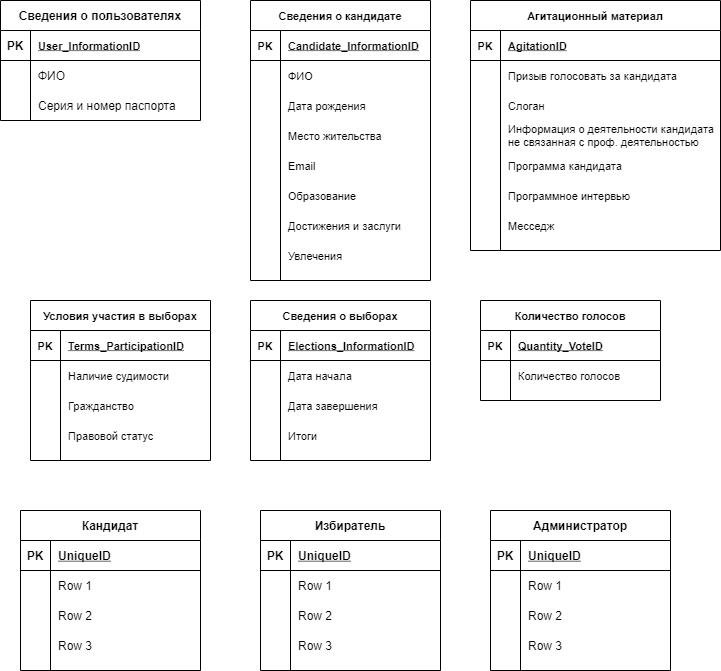
aleksey899/Inter.MixAN keeps this draw.io diagram as Диаграмма.drawio.png. Above is the earlier version. Source tidied: cells renumbered, new cells last; positions are measured from the earlier drawing's top-left corner, leaving out a move shared by most shapes.
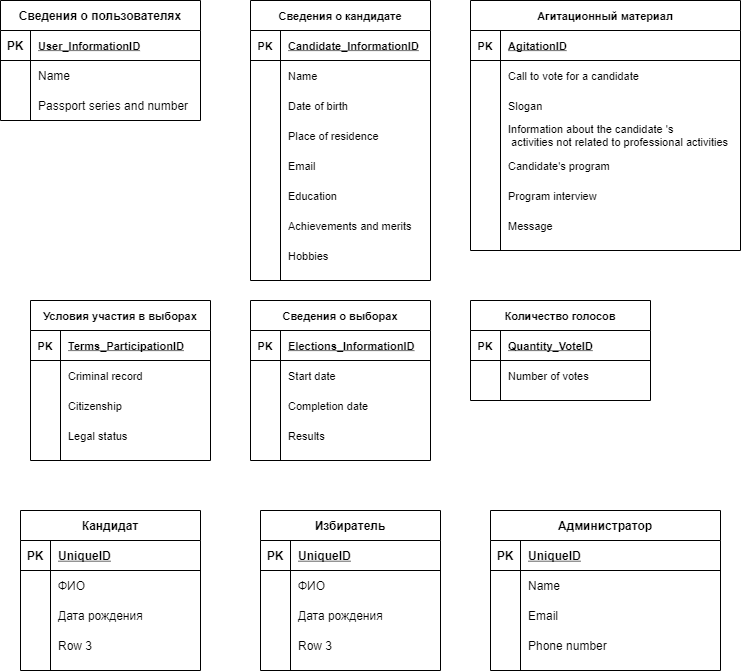
After the change.

What changed in the source:
```diff
@@ -22,3 +22,3 @@
     </mxCell>
-    <mxCell id="8" value="ФИО" style="shape=partialRectangle;fillColor=none;top=0;left=0;bottom=0;right=0;align=left;spacingLeft=6;overflow=hidden;" parent="6" vertex="1">
+    <mxCell id="8" value="Name" style="shape=partialRectangle;fillColor=none;top=0;left=0;bottom=0;right=0;align=left;spacingLeft=6;overflow=hidden;" parent="6" vertex="1">
       <mxGeometry x="30" width="170" height="30" as="geometry" />
@@ -31,3 +31,3 @@
     </mxCell>
-    <mxCell id="11" value="Серия и номер паспорта" style="shape=partialRectangle;fillColor=none;top=0;left=0;bottom=0;right=0;align=left;spacingLeft=6;overflow=hidden;" parent="9" vertex="1">
+    <mxCell id="11" value="Passport series and number" style="shape=partialRectangle;fillColor=none;top=0;left=0;bottom=0;right=0;align=left;spacingLeft=6;overflow=hidden;" parent="9" vertex="1">
       <mxGeometry x="30" width="170" height="30" as="geometry" />
@@ -52,3 +52,3 @@
     </mxCell>
-    <mxCell id="18" value="ФИО" style="shape=partialRectangle;fillColor=none;top=0;left=0;bottom=0;right=0;align=left;spacingLeft=6;overflow=hidden;shadow=0;sketch=0;fontSize=11;strokeWidth=1;" parent="16" vertex="1">
+    <mxCell id="18" value="Name" style="shape=partialRectangle;fillColor=none;top=0;left=0;bottom=0;right=0;align=left;spacingLeft=6;overflow=hidden;shadow=0;sketch=0;fontSize=11;strokeWidth=1;" parent="16" vertex="1">
       <mxGeometry x="30" width="150" height="30" as="geometry" />
@@ -61,3 +61,3 @@
     </mxCell>
-    <mxCell id="21" value="Дата рождения" style="shape=partialRectangle;fillColor=none;top=0;left=0;bottom=0;right=0;align=left;spacingLeft=6;overflow=hidden;shadow=0;sketch=0;fontSize=11;strokeWidth=1;" parent="19" vertex="1">
+    <mxCell id="21" value="Date of birth" style="shape=partialRectangle;fillColor=none;top=0;left=0;bottom=0;right=0;align=left;spacingLeft=6;overflow=hidden;shadow=0;sketch=0;fontSize=11;strokeWidth=1;" parent="19" vertex="1">
       <mxGeometry x="30" width="150" height="30" as="geometry" />
@@ -70,3 +70,3 @@
     </mxCell>
-    <mxCell id="24" value="Место жительства" style="shape=partialRectangle;fillColor=none;top=0;left=0;bottom=0;right=0;align=left;spacingLeft=6;overflow=hidden;shadow=0;sketch=0;fontSize=11;strokeWidth=1;" parent="22" vertex="1">
+    <mxCell id="24" value="Place of residence" style="shape=partialRectangle;fillColor=none;top=0;left=0;bottom=0;right=0;align=left;spacingLeft=6;overflow=hidden;shadow=0;sketch=0;fontSize=11;strokeWidth=1;" parent="22" vertex="1">
       <mxGeometry x="30" width="150" height="30" as="geometry" />
@@ -88,3 +88,3 @@
     </mxCell>
-    <mxCell id="30" value="Образование" style="shape=partialRectangle;fillColor=none;top=0;left=0;bottom=0;right=0;align=left;spacingLeft=6;overflow=hidden;shadow=0;sketch=0;fontSize=11;strokeWidth=1;" parent="28" vertex="1">
+    <mxCell id="30" value="Education" style="shape=partialRectangle;fillColor=none;top=0;left=0;bottom=0;right=0;align=left;spacingLeft=6;overflow=hidden;shadow=0;sketch=0;fontSize=11;strokeWidth=1;" parent="28" vertex="1">
       <mxGeometry x="30" width="150" height="30" as="geometry" />
@@ -97,3 +97,3 @@
     </mxCell>
-    <mxCell id="33" value="Достижения и заслуги" style="shape=partialRectangle;fillColor=none;top=0;left=0;bottom=0;right=0;align=left;spacingLeft=6;overflow=hidden;shadow=0;sketch=0;fontSize=11;strokeWidth=1;" parent="31" vertex="1">
+    <mxCell id="33" value="Achievements and merits" style="shape=partialRectangle;fillColor=none;top=0;left=0;bottom=0;right=0;align=left;spacingLeft=6;overflow=hidden;shadow=0;sketch=0;fontSize=11;strokeWidth=1;" parent="31" vertex="1">
       <mxGeometry x="30" width="150" height="30" as="geometry" />
@@ -106,3 +106,3 @@
     </mxCell>
-    <mxCell id="36" value="Увлечения" style="shape=partialRectangle;fillColor=none;top=0;left=0;bottom=0;right=0;align=left;spacingLeft=6;overflow=hidden;shadow=0;sketch=0;fontSize=11;strokeWidth=1;" parent="34" vertex="1">
+    <mxCell id="36" value="Hobbies" style="shape=partialRectangle;fillColor=none;top=0;left=0;bottom=0;right=0;align=left;spacingLeft=6;overflow=hidden;shadow=0;sketch=0;fontSize=11;strokeWidth=1;" parent="34" vertex="1">
       <mxGeometry x="30" width="150" height="30" as="geometry" />
@@ -127,3 +127,3 @@
     </mxCell>
-    <mxCell id="43" value="Наличие судимости" style="shape=partialRectangle;fillColor=none;top=0;left=0;bottom=0;right=0;align=left;spacingLeft=6;overflow=hidden;shadow=0;sketch=0;fontSize=11;strokeWidth=1;" parent="41" vertex="1">
+    <mxCell id="43" value="Criminal record" style="shape=partialRectangle;fillColor=none;top=0;left=0;bottom=0;right=0;align=left;spacingLeft=6;overflow=hidden;shadow=0;sketch=0;fontSize=11;strokeWidth=1;" parent="41" vertex="1">
       <mxGeometry x="30" width="150" height="30" as="geometry" />
@@ -136,3 +136,3 @@
     </mxCell>
-    <mxCell id="46" value="Гражданство" style="shape=partialRectangle;fillColor=none;top=0;left=0;bottom=0;right=0;align=left;spacingLeft=6;overflow=hidden;shadow=0;sketch=0;fontSize=11;strokeWidth=1;" parent="44" vertex="1">
+    <mxCell id="46" value="Citizenship" style="shape=partialRectangle;fillColor=none;top=0;left=0;bottom=0;right=0;align=left;spacingLeft=6;overflow=hidden;shadow=0;sketch=0;fontSize=11;strokeWidth=1;" parent="44" vertex="1">
       <mxGeometry x="30" width="150" height="30" as="geometry" />
@@ -145,3 +145,3 @@
     </mxCell>
-    <mxCell id="49" value="Правовой статус" style="shape=partialRectangle;fillColor=none;top=0;left=0;bottom=0;right=0;align=left;spacingLeft=6;overflow=hidden;shadow=0;sketch=0;fontSize=11;strokeWidth=1;" parent="47" vertex="1">
+    <mxCell id="49" value="Legal status" style="shape=partialRectangle;fillColor=none;top=0;left=0;bottom=0;right=0;align=left;spacingLeft=6;overflow=hidden;shadow=0;sketch=0;fontSize=11;strokeWidth=1;" parent="47" vertex="1">
       <mxGeometry x="30" width="150" height="30" as="geometry" />
@@ -149,3 +149,3 @@
     <mxCell id="50" value="Количество голосов" style="shape=table;startSize=30;rowLines=0;fontStyle=1;align=center;shadow=0;sketch=0;fontSize=11;strokeWidth=1;" parent="1" vertex="1">
-      <mxGeometry x="480" y="300" width="180" height="100" as="geometry" />
+      <mxGeometry x="470" y="300" width="180" height="100" as="geometry" />
     </mxCell>
@@ -166,3 +166,3 @@
     </mxCell>
-    <mxCell id="56" value="Количество голосов" style="shape=partialRectangle;fillColor=none;top=0;left=0;bottom=0;right=0;align=left;spacingLeft=6;overflow=hidden;shadow=0;sketch=0;fontSize=11;strokeWidth=1;" parent="54" vertex="1">
+    <mxCell id="56" value="Number of votes" style="shape=partialRectangle;fillColor=none;top=0;left=0;bottom=0;right=0;align=left;spacingLeft=6;overflow=hidden;shadow=0;sketch=0;fontSize=11;strokeWidth=1;" parent="54" vertex="1">
       <mxGeometry x="30" width="150" height="30" as="geometry" />
@@ -187,3 +187,3 @@
     </mxCell>
-    <mxCell id="63" value="Дата начала" style="shape=partialRectangle;fillColor=none;top=0;left=0;bottom=0;right=0;align=left;spacingLeft=6;overflow=hidden;shadow=0;sketch=0;fontSize=11;strokeWidth=1;" parent="61" vertex="1">
+    <mxCell id="63" value="Start date" style="shape=partialRectangle;fillColor=none;top=0;left=0;bottom=0;right=0;align=left;spacingLeft=6;overflow=hidden;shadow=0;sketch=0;fontSize=11;strokeWidth=1;" parent="61" vertex="1">
       <mxGeometry x="30" width="150" height="30" as="geometry" />
@@ -196,3 +196,3 @@
     </mxCell>
-    <mxCell id="66" value="Дата завершения" style="shape=partialRectangle;fillColor=none;top=0;left=0;bottom=0;right=0;align=left;spacingLeft=6;overflow=hidden;shadow=0;sketch=0;fontSize=11;strokeWidth=1;" parent="64" vertex="1">
+    <mxCell id="66" value="Completion date" style="shape=partialRectangle;fillColor=none;top=0;left=0;bottom=0;right=0;align=left;spacingLeft=6;overflow=hidden;shadow=0;sketch=0;fontSize=11;strokeWidth=1;" parent="64" vertex="1">
       <mxGeometry x="30" width="150" height="30" as="geometry" />
@@ -205,3 +205,3 @@
     </mxCell>
-    <mxCell id="69" value="Итоги" style="shape=partialRectangle;fillColor=none;top=0;left=0;bottom=0;right=0;align=left;spacingLeft=6;overflow=hidden;shadow=0;sketch=0;fontSize=11;strokeWidth=1;" parent="67" vertex="1">
+    <mxCell id="69" value="Results" style="shape=partialRectangle;fillColor=none;top=0;left=0;bottom=0;right=0;align=left;spacingLeft=6;overflow=hidden;shadow=0;sketch=0;fontSize=11;strokeWidth=1;" parent="67" vertex="1">
       <mxGeometry x="30" width="150" height="30" as="geometry" />
@@ -209,6 +209,6 @@
     <mxCell id="70" value="Агитационный материал" style="shape=table;startSize=30;rowLines=0;fontStyle=1;align=center;shadow=0;sketch=0;fontSize=11;strokeWidth=1;" parent="1" vertex="1">
-      <mxGeometry x="470" width="250" height="250" as="geometry" />
+      <mxGeometry x="470" width="270" height="250" as="geometry" />
     </mxCell>
     <mxCell id="71" style="shape=partialRectangle;fillColor=none;top=0;left=0;bottom=1;right=0;shadow=0;sketch=0;fontSize=11;strokeWidth=1;" parent="70" vertex="1">
-      <mxGeometry y="30" width="250" height="30" as="geometry" />
+      <mxGeometry y="30" width="270" height="30" as="geometry" />
     </mxCell>
@@ -218,6 +218,6 @@
     <mxCell id="73" value="AgitationID" style="shape=partialRectangle;fillColor=none;top=0;left=0;bottom=0;right=0;align=left;spacingLeft=6;fontStyle=5;overflow=hidden;shadow=0;sketch=0;fontSize=11;strokeWidth=1;" parent="71" vertex="1">
-      <mxGeometry x="30" width="220" height="30" as="geometry" />
+      <mxGeometry x="30" width="240" height="30" as="geometry" />
     </mxCell>
     <mxCell id="74" style="shape=partialRectangle;fillColor=none;top=0;left=0;bottom=0;right=0;shadow=0;sketch=0;fontSize=11;strokeWidth=1;" parent="70" vertex="1">
-      <mxGeometry y="60" width="250" height="30" as="geometry" />
+      <mxGeometry y="60" width="270" height="30" as="geometry" />
     </mxCell>
@@ -226,7 +226,7 @@
     </mxCell>
-    <mxCell id="76" value="Призыв голосовать за кандидата" style="shape=partialRectangle;fillColor=none;top=0;left=0;bottom=0;right=0;align=left;spacingLeft=6;overflow=hidden;shadow=0;sketch=0;fontSize=11;strokeWidth=1;" parent="74" vertex="1">
-      <mxGeometry x="30" width="220" height="30" as="geometry" />
+    <mxCell id="76" value="Call to vote for a candidate" style="shape=partialRectangle;fillColor=none;top=0;left=0;bottom=0;right=0;align=left;spacingLeft=6;overflow=hidden;shadow=0;sketch=0;fontSize=11;strokeWidth=1;" parent="74" vertex="1">
+      <mxGeometry x="30" width="240" height="30" as="geometry" />
     </mxCell>
     <mxCell id="77" style="shape=partialRectangle;fillColor=none;top=0;left=0;bottom=0;right=0;shadow=0;sketch=0;fontSize=11;strokeWidth=1;" parent="70" vertex="1">
-      <mxGeometry y="90" width="250" height="30" as="geometry" />
+      <mxGeometry y="90" width="270" height="30" as="geometry" />
     </mxCell>
@@ -235,7 +235,7 @@
     </mxCell>
-    <mxCell id="79" value="Слоган" style="shape=partialRectangle;fillColor=none;top=0;left=0;bottom=0;right=0;align=left;spacingLeft=6;overflow=hidden;shadow=0;sketch=0;fontSize=11;strokeWidth=1;" parent="77" vertex="1">
-      <mxGeometry x="30" width="220" height="30" as="geometry" />
+    <mxCell id="79" value="Slogan" style="shape=partialRectangle;fillColor=none;top=0;left=0;bottom=0;right=0;align=left;spacingLeft=6;overflow=hidden;shadow=0;sketch=0;fontSize=11;strokeWidth=1;" parent="77" vertex="1">
+      <mxGeometry x="30" width="240" height="30" as="geometry" />
     </mxCell>
     <mxCell id="80" style="shape=partialRectangle;fillColor=none;top=0;left=0;bottom=0;right=0;shadow=0;sketch=0;fontSize=11;strokeWidth=1;" parent="70" vertex="1">
-      <mxGeometry y="120" width="250" height="30" as="geometry" />
+      <mxGeometry y="120" width="270" height="30" as="geometry" />
     </mxCell>
@@ -244,7 +244,7 @@
     </mxCell>
-    <mxCell id="82" value="Информация о деятельности кандидата&#10;не связанная с проф. деятельностью" style="shape=partialRectangle;fillColor=none;top=0;left=0;bottom=0;right=0;align=left;spacingLeft=6;overflow=hidden;shadow=0;sketch=0;fontSize=11;strokeWidth=1;" parent="80" vertex="1">
-      <mxGeometry x="30" width="220" height="30" as="geometry" />
+    <mxCell id="82" value="Information about the candidate 's&#10; activities not related to professional activities" style="shape=partialRectangle;fillColor=none;top=0;left=0;bottom=0;right=0;align=left;spacingLeft=6;overflow=hidden;shadow=0;sketch=0;fontSize=11;strokeWidth=1;" parent="80" vertex="1">
+      <mxGeometry x="30" width="240" height="30" as="geometry" />
     </mxCell>
     <mxCell id="83" style="shape=partialRectangle;fillColor=none;top=0;left=0;bottom=0;right=0;shadow=0;sketch=0;fontSize=11;strokeWidth=1;" parent="70" vertex="1">
-      <mxGeometry y="150" width="250" height="30" as="geometry" />
+      <mxGeometry y="150" width="270" height="30" as="geometry" />
     </mxCell>
@@ -253,7 +253,7 @@
     </mxCell>
-    <mxCell id="85" value="Программа кандидата" style="shape=partialRectangle;fillColor=none;top=0;left=0;bottom=0;right=0;align=left;spacingLeft=6;overflow=hidden;shadow=0;sketch=0;fontSize=11;strokeWidth=1;" parent="83" vertex="1">
-      <mxGeometry x="30" width="220" height="30" as="geometry" />
+    <mxCell id="85" value="Candidate's program" style="shape=partialRectangle;fillColor=none;top=0;left=0;bottom=0;right=0;align=left;spacingLeft=6;overflow=hidden;shadow=0;sketch=0;fontSize=11;strokeWidth=1;" parent="83" vertex="1">
+      <mxGeometry x="30" width="240" height="30" as="geometry" />
     </mxCell>
     <mxCell id="86" style="shape=partialRectangle;fillColor=none;top=0;left=0;bottom=0;right=0;shadow=0;sketch=0;fontSize=11;strokeWidth=1;" parent="70" vertex="1">
-      <mxGeometry y="180" width="250" height="30" as="geometry" />
+      <mxGeometry y="180" width="270" height="30" as="geometry" />
     </mxCell>
@@ -262,7 +262,7 @@
     </mxCell>
-    <mxCell id="88" value="Программное интервью" style="shape=partialRectangle;fillColor=none;top=0;left=0;bottom=0;right=0;align=left;spacingLeft=6;overflow=hidden;shadow=0;sketch=0;fontSize=11;strokeWidth=1;" parent="86" vertex="1">
-      <mxGeometry x="30" width="220" height="30" as="geometry" />
+    <mxCell id="88" value="Program interview" style="shape=partialRectangle;fillColor=none;top=0;left=0;bottom=0;right=0;align=left;spacingLeft=6;overflow=hidden;shadow=0;sketch=0;fontSize=11;strokeWidth=1;" parent="86" vertex="1">
+      <mxGeometry x="30" width="240" height="30" as="geometry" />
     </mxCell>
     <mxCell id="89" style="shape=partialRectangle;fillColor=none;top=0;left=0;bottom=0;right=0;shadow=0;sketch=0;fontSize=11;strokeWidth=1;" parent="70" vertex="1">
-      <mxGeometry y="210" width="250" height="30" as="geometry" />
+      <mxGeometry y="210" width="270" height="30" as="geometry" />
     </mxCell>
@@ -271,4 +271,4 @@
     </mxCell>
-    <mxCell id="91" value="Месседж" style="shape=partialRectangle;fillColor=none;top=0;left=0;bottom=0;right=0;align=left;spacingLeft=6;overflow=hidden;shadow=0;sketch=0;fontSize=11;strokeWidth=1;" parent="89" vertex="1">
-      <mxGeometry x="30" width="220" height="30" as="geometry" />
+    <mxCell id="91" value="Message" style="shape=partialRectangle;fillColor=none;top=0;left=0;bottom=0;right=0;align=left;spacingLeft=6;overflow=hidden;shadow=0;sketch=0;fontSize=11;strokeWidth=1;" parent="89" vertex="1">
+      <mxGeometry x="30" width="240" height="30" as="geometry" />
     </mxCell>
@@ -292,3 +292,3 @@
     </mxCell>
-    <mxCell id="98" value="Row 1" style="shape=partialRectangle;fillColor=none;top=0;left=0;bottom=0;right=0;align=left;spacingLeft=6;overflow=hidden;" parent="96" vertex="1">
+    <mxCell id="98" value="ФИО" style="shape=partialRectangle;fillColor=none;top=0;left=0;bottom=0;right=0;align=left;spacingLeft=6;overflow=hidden;" parent="96" vertex="1">
       <mxGeometry x="30" width="150" height="30" as="geometry" />
@@ -301,3 +301,3 @@
     </mxCell>
-    <mxCell id="101" value="Row 2" style="shape=partialRectangle;fillColor=none;top=0;left=0;bottom=0;right=0;align=left;spacingLeft=6;overflow=hidden;" parent="99" vertex="1">
+    <mxCell id="101" value="Дата рождения" style="shape=partialRectangle;fillColor=none;top=0;left=0;bottom=0;right=0;align=left;spacingLeft=6;overflow=hidden;" parent="99" vertex="1">
       <mxGeometry x="30" width="150" height="30" as="geometry" />
@@ -331,3 +331,3 @@
     </mxCell>
-    <mxCell id="111" value="Row 1" style="shape=partialRectangle;fillColor=none;top=0;left=0;bottom=0;right=0;align=left;spacingLeft=6;overflow=hidden;" parent="109" vertex="1">
+    <mxCell id="111" value="ФИО" style="shape=partialRectangle;fillColor=none;top=0;left=0;bottom=0;right=0;align=left;spacingLeft=6;overflow=hidden;" parent="109" vertex="1">
       <mxGeometry x="30" width="150" height="30" as="geometry" />
@@ -340,3 +340,3 @@
     </mxCell>
-    <mxCell id="114" value="Row 2" style="shape=partialRectangle;fillColor=none;top=0;left=0;bottom=0;right=0;align=left;spacingLeft=6;overflow=hidden;" parent="112" vertex="1">
+    <mxCell id="114" value="Дата рождения" style="shape=partialRectangle;fillColor=none;top=0;left=0;bottom=0;right=0;align=left;spacingLeft=6;overflow=hidden;" parent="112" vertex="1">
       <mxGeometry x="30" width="150" height="30" as="geometry" />
@@ -353,6 +353,6 @@
     <mxCell id="118" value="Администратор" style="shape=table;startSize=30;rowLines=0;fontStyle=1;align=center;" parent="1" vertex="1">
-      <mxGeometry x="490" y="510" width="180" height="160" as="geometry" />
+      <mxGeometry x="490" y="510" width="230" height="160" as="geometry" />
     </mxCell>
     <mxCell id="119" style="shape=partialRectangle;fillColor=none;top=0;left=0;bottom=1;right=0;" parent="118" vertex="1">
-      <mxGeometry y="30" width="180" height="30" as="geometry" />
+      <mxGeometry y="30" width="230" height="30" as="geometry" />
     </mxCell>
@@ -362,6 +362,6 @@
     <mxCell id="121" value="UniqueID" style="shape=partialRectangle;fillColor=none;top=0;left=0;bottom=0;right=0;align=left;spacingLeft=6;fontStyle=5;overflow=hidden;" parent="119" vertex="1">
-      <mxGeometry x="30" width="150" height="30" as="geometry" />
+      <mxGeometry x="30" width="200" height="30" as="geometry" />
     </mxCell>
     <mxCell id="122" style="shape=partialRectangle;fillColor=none;top=0;left=0;bottom=0;right=0;" parent="118" vertex="1">
-      <mxGeometry y="60" width="180" height="30" as="geometry" />
+      <mxGeometry y="60" width="230" height="30" as="geometry" />
     </mxCell>
@@ -370,7 +370,7 @@
     </mxCell>
-    <mxCell id="124" value="Row 1" style="shape=partialRectangle;fillColor=none;top=0;left=0;bottom=0;right=0;align=left;spacingLeft=6;overflow=hidden;" parent="122" vertex="1">
-      <mxGeometry x="30" width="150" height="30" as="geometry" />
+    <mxCell id="124" value="Name" style="shape=partialRectangle;fillColor=none;top=0;left=0;bottom=0;right=0;align=left;spacingLeft=6;overflow=hidden;" parent="122" vertex="1">
+      <mxGeometry x="30" width="200" height="30" as="geometry" />
     </mxCell>
     <mxCell id="125" style="shape=partialRectangle;fillColor=none;top=0;left=0;bottom=0;right=0;" parent="118" vertex="1">
-      <mxGeometry y="90" width="180" height="30" as="geometry" />
+      <mxGeometry y="90" width="230" height="30" as="geometry" />
     </mxCell>
@@ -379,7 +379,7 @@
     </mxCell>
-    <mxCell id="127" value="Row 2" style="shape=partialRectangle;fillColor=none;top=0;left=0;bottom=0;right=0;align=left;spacingLeft=6;overflow=hidden;" parent="125" vertex="1">
-      <mxGeometry x="30" width="150" height="30" as="geometry" />
+    <mxCell id="127" value="Email" style="shape=partialRectangle;fillColor=none;top=0;left=0;bottom=0;right=0;align=left;spacingLeft=6;overflow=hidden;" parent="125" vertex="1">
+      <mxGeometry x="30" width="200" height="30" as="geometry" />
     </mxCell>
     <mxCell id="128" style="shape=partialRectangle;fillColor=none;top=0;left=0;bottom=0;right=0;" parent="118" vertex="1">
-      <mxGeometry y="120" width="180" height="30" as="geometry" />
+      <mxGeometry y="120" width="230" height="30" as="geometry" />
     </mxCell>
@@ -388,4 +388,4 @@
     </mxCell>
-    <mxCell id="130" value="Row 3" style="shape=partialRectangle;fillColor=none;top=0;left=0;bottom=0;right=0;align=left;spacingLeft=6;overflow=hidden;" parent="128" vertex="1">
-      <mxGeometry x="30" width="150" height="30" as="geometry" />
+    <mxCell id="130" value="Phone number" style="shape=partialRectangle;fillColor=none;top=0;left=0;bottom=0;right=0;align=left;spacingLeft=6;overflow=hidden;" parent="128" vertex="1">
+      <mxGeometry x="30" width="200" height="30" as="geometry" />
     </mxCell>
```
